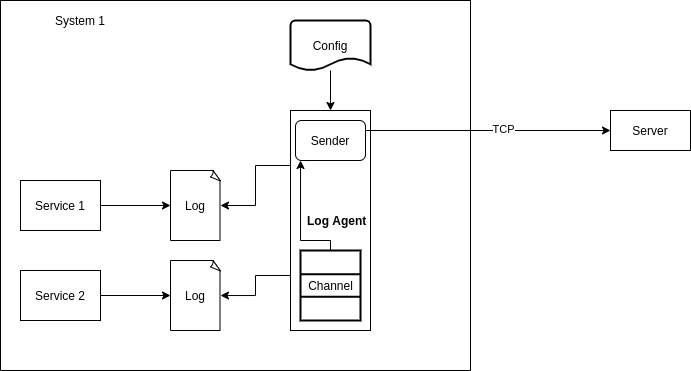
The draw.io diagram docs/arch.png in neeraj9194/go-log-agent, before a commit. Source tidied: cells renumbered, new cells last; positions are measured from the earlier drawing's top-left corner, leaving out a move shared by most shapes. The source it was exported from:
```xml
<mxGraphModel>
  <root>
    <mxCell id="0" />
    <mxCell id="1" parent="0" />
    <mxCell id="2" style="edgeStyle=orthogonalEdgeStyle;rounded=0;jettySize=auto;html=1;exitX=0;exitY=0.25;exitDx=0;exitDy=0;entryX=1;entryY=0.5;entryDx=0;entryDy=0;entryPerimeter=0;" parent="1" edge="1" source="4" target="7">
      <mxGeometry relative="1" as="geometry" />
    </mxCell>
    <mxCell id="3" style="edgeStyle=orthogonalEdgeStyle;rounded=0;jettySize=auto;html=1;exitX=0;exitY=0.75;exitDx=0;exitDy=0;entryX=1;entryY=0.5;entryDx=0;entryDy=0;entryPerimeter=0;" parent="1" edge="1" source="4" target="10">
      <mxGeometry relative="1" as="geometry" />
    </mxCell>
    <mxCell id="4" value="&lt;b&gt;&amp;nbsp; &amp;nbsp; Log Agent&lt;/b&gt;" style="rounded=0;whiteSpace=wrap;html=1;" parent="1" vertex="1">
      <mxGeometry x="290" y="110" width="80" height="220" as="geometry" />
    </mxCell>
    <mxCell id="5" style="edgeStyle=orthogonalEdgeStyle;rounded=0;jettySize=auto;html=1;" parent="1" edge="1" source="6">
      <mxGeometry relative="1" as="geometry">
        <mxPoint x="170" y="205" as="targetPoint" />
      </mxGeometry>
    </mxCell>
    <mxCell id="6" value="Service 1" style="rounded=0;whiteSpace=wrap;html=1;" parent="1" vertex="1">
      <mxGeometry x="20" y="180" width="80" height="50" as="geometry" />
    </mxCell>
    <mxCell id="7" value="Log" style="whiteSpace=wrap;html=1;shape=mxgraph.basic.document;" parent="1" vertex="1">
      <mxGeometry x="170" y="170" width="50" height="70" as="geometry" />
    </mxCell>
    <mxCell id="8" style="edgeStyle=orthogonalEdgeStyle;rounded=0;jettySize=auto;html=1;" parent="1" edge="1" source="9">
      <mxGeometry relative="1" as="geometry">
        <mxPoint x="170" y="295" as="targetPoint" />
      </mxGeometry>
    </mxCell>
    <mxCell id="9" value="Service 2" style="rounded=0;whiteSpace=wrap;html=1;" parent="1" vertex="1">
      <mxGeometry x="20" y="270" width="80" height="50" as="geometry" />
    </mxCell>
    <mxCell id="10" value="Log" style="whiteSpace=wrap;html=1;shape=mxgraph.basic.document;" parent="1" vertex="1">
      <mxGeometry x="170" y="260" width="50" height="70" as="geometry" />
    </mxCell>
    <mxCell id="11" style="edgeStyle=orthogonalEdgeStyle;rounded=0;jettySize=auto;html=1;entryX=0.5;entryY=0;entryDx=0;entryDy=0;" parent="1" edge="1" source="12" target="4">
      <mxGeometry relative="1" as="geometry" />
    </mxCell>
    <mxCell id="12" value="Config" style="strokeWidth=2;html=1;shape=mxgraph.flowchart.document2;whiteSpace=wrap;size=0.25;" parent="1" vertex="1">
      <mxGeometry x="290" y="20" width="80" height="50" as="geometry" />
    </mxCell>
    <mxCell id="13" style="edgeStyle=orthogonalEdgeStyle;rounded=0;jettySize=auto;html=1;exitX=0.5;exitY=0;exitDx=0;exitDy=0;" parent="1" edge="1" source="20" target="16">
      <mxGeometry relative="1" as="geometry">
        <Array as="points">
          <mxPoint x="300" y="240" />
        </Array>
      </mxGeometry>
    </mxCell>
    <mxCell id="14" style="edgeStyle=orthogonalEdgeStyle;rounded=0;jettySize=auto;html=1;exitX=1;exitY=0.25;exitDx=0;exitDy=0;entryX=0;entryY=0.5;entryDx=0;entryDy=0;" parent="1" edge="1" source="16" target="17">
      <mxGeometry relative="1" as="geometry" />
    </mxCell>
    <mxCell id="15" value="TCP" style="edgeLabel;html=1;align=center;verticalAlign=middle;" parent="14" vertex="1">
      <mxGeometry x="0.12" y="1" relative="1" as="geometry" />
    </mxCell>
    <mxCell id="16" value="Sender" style="rounded=1;whiteSpace=wrap;html=1;" parent="1" vertex="1">
      <mxGeometry x="295" y="120" width="70" height="40" as="geometry" />
    </mxCell>
    <mxCell id="17" value="Server" style="rounded=0;whiteSpace=wrap;html=1;" parent="1" vertex="1">
      <mxGeometry x="610" y="110" width="80" height="40" as="geometry" />
    </mxCell>
    <mxCell id="18" value="System 1" style="text;html=1;strokeColor=none;fillColor=none;align=center;verticalAlign=middle;whiteSpace=wrap;rounded=0;" parent="1" vertex="1">
      <mxGeometry x="40" y="10" width="80" height="20" as="geometry" />
    </mxCell>
    <mxCell id="19" style="swimlane;startSize=0;fillColor=none;" parent="1" vertex="1">
      <mxGeometry width="470" height="370" as="geometry" />
    </mxCell>
    <mxCell id="20" value="Channel" style="strokeWidth=2;html=1;shape=mxgraph.lean_mapping.buffer_or_safety_stock;" parent="19" vertex="1">
      <mxGeometry x="300" y="250" width="60" height="70" as="geometry" />
    </mxCell>
  </root>
</mxGraphModel>
```
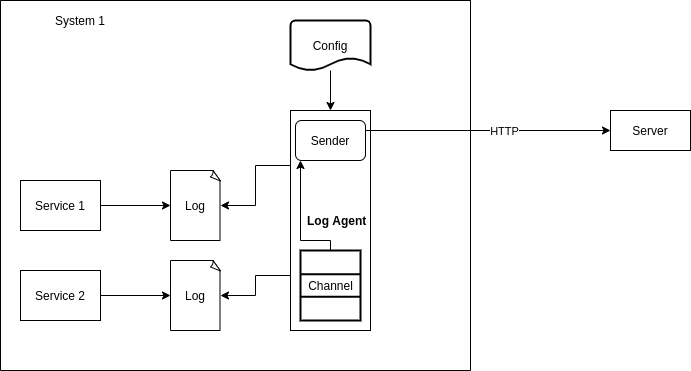
After the change.

Change to the diagram source:
```diff
@@ -52,6 +52,9 @@
     <mxCell id="15" value="TCP" style="edgeLabel;html=1;align=center;verticalAlign=middle;" parent="14" vertex="1">
       <mxGeometry x="0.12" y="1" relative="1" as="geometry" />
     </mxCell>
+    <mxCell id="21" value="HTTP" style="edgeLabel;html=1;align=center;verticalAlign=middle;" parent="14" vertex="1">
+      <mxGeometry x="0.13" relative="1" as="geometry" />
+    </mxCell>
     <mxCell id="16" value="Sender" style="rounded=1;whiteSpace=wrap;html=1;" parent="1" vertex="1">
       <mxGeometry x="295" y="120" width="70" height="40" as="geometry" />
     </mxCell>
```
